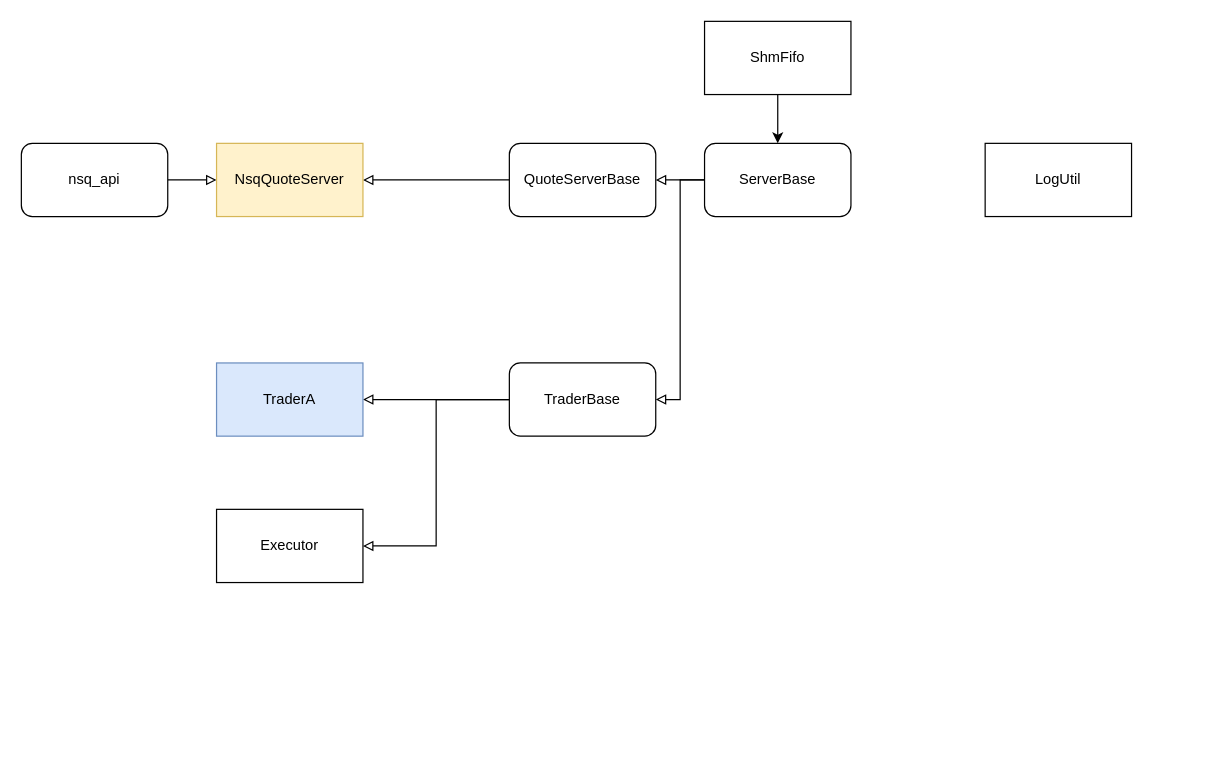
The draw.io diagram hft_framework.drawio in mistyeye11/drawio, before the edit. Source tidied: cells renumbered, new cells numbered last; positions are measured from the earlier drawing's top-left corner, leaving out a move shared by most shapes. Both pictures are drawn from the tidied source at 122%, with x=0, y=0 at pixel (21, 21).
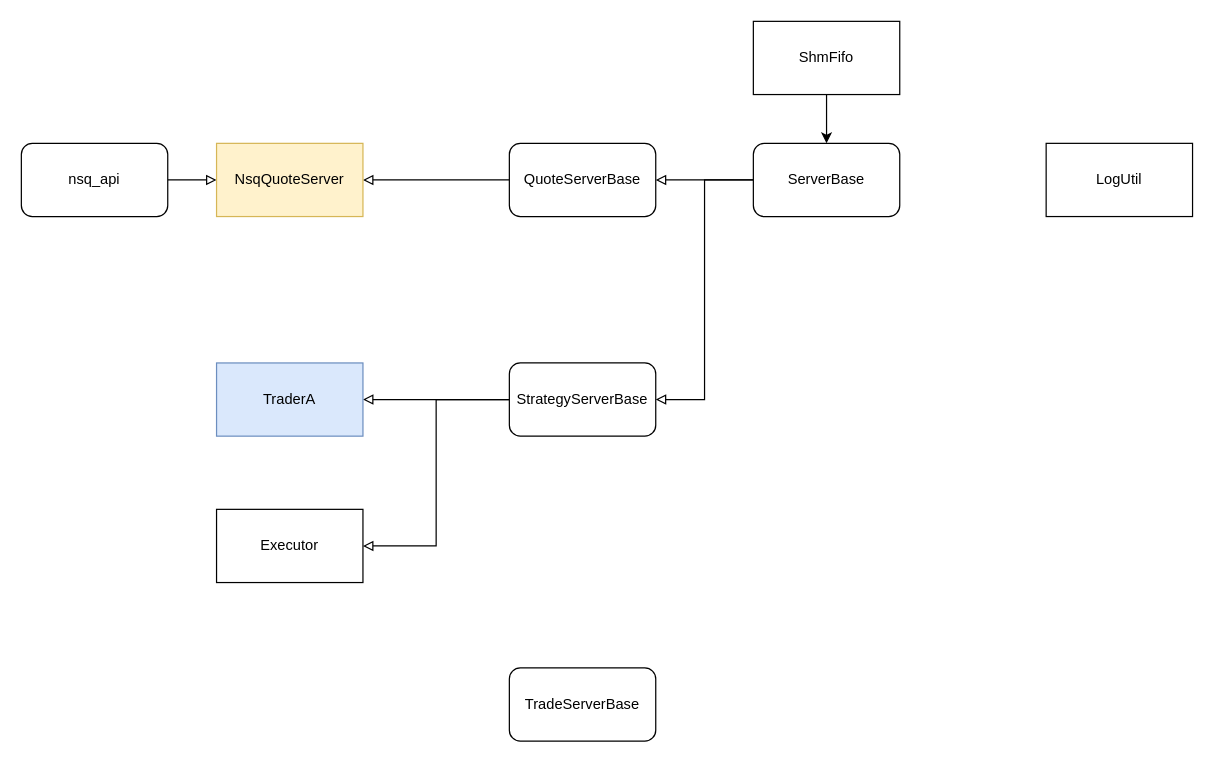
After the change.

What changed in the source:
```diff
@@
     <mxCell id="3" value="ShmFifo" style="rounded=0;whiteSpace=wrap;html=1;" parent="1" vertex="1">
-      <mxGeometry x="560" width="120" height="60" as="geometry" />
+      <mxGeometry x="600" width="120" height="60" as="geometry" />
     </mxCell>
@@
     <mxCell id="9" style="edgeStyle=orthogonalEdgeStyle;rounded=0;jettySize=auto;html=1;endArrow=block;endFill=0;" parent="1" edge="1" source="10" target="14">
       <mxGeometry relative="1" as="geometry">
         <Array as="points">
-          <mxPoint x="540" y="130" />
-          <mxPoint x="540" y="310" />
+          <mxPoint x="560" y="130" />
+          <mxPoint x="560" y="310" />
         </Array>
       </mxGeometry>
     </mxCell>
     <mxCell id="10" value="ServerBase" style="rounded=1;whiteSpace=wrap;html=1;" parent="1" vertex="1">
-      <mxGeometry x="560" y="100" width="120" height="60" as="geometry" />
+      <mxGeometry x="600" y="100" width="120" height="60" as="geometry" />
     </mxCell>
@@
-    <mxCell id="14" value="TraderBase" style="rounded=1;whiteSpace=wrap;html=1;" parent="1" vertex="1">
+    <mxCell id="14" value="StrategyServerBase" style="rounded=1;whiteSpace=wrap;html=1;" parent="1" vertex="1">
       <mxGeometry x="400" y="280" width="120" height="60" as="geometry" />
     </mxCell>
     <mxCell id="15" value="LogUtil" style="rounded=0;whiteSpace=wrap;html=1;" parent="1" vertex="1">
-      <mxGeometry x="790" y="100" width="120" height="60" as="geometry" />
+      <mxGeometry x="840" y="100" width="120" height="60" as="geometry" />
     </mxCell>
@@
+    <mxCell id="18" value="TradeServerBase" style="rounded=1;whiteSpace=wrap;html=1;" parent="1" vertex="1">
+      <mxGeometry x="400" y="530" width="120" height="60" as="geometry" />
+    </mxCell>
```
